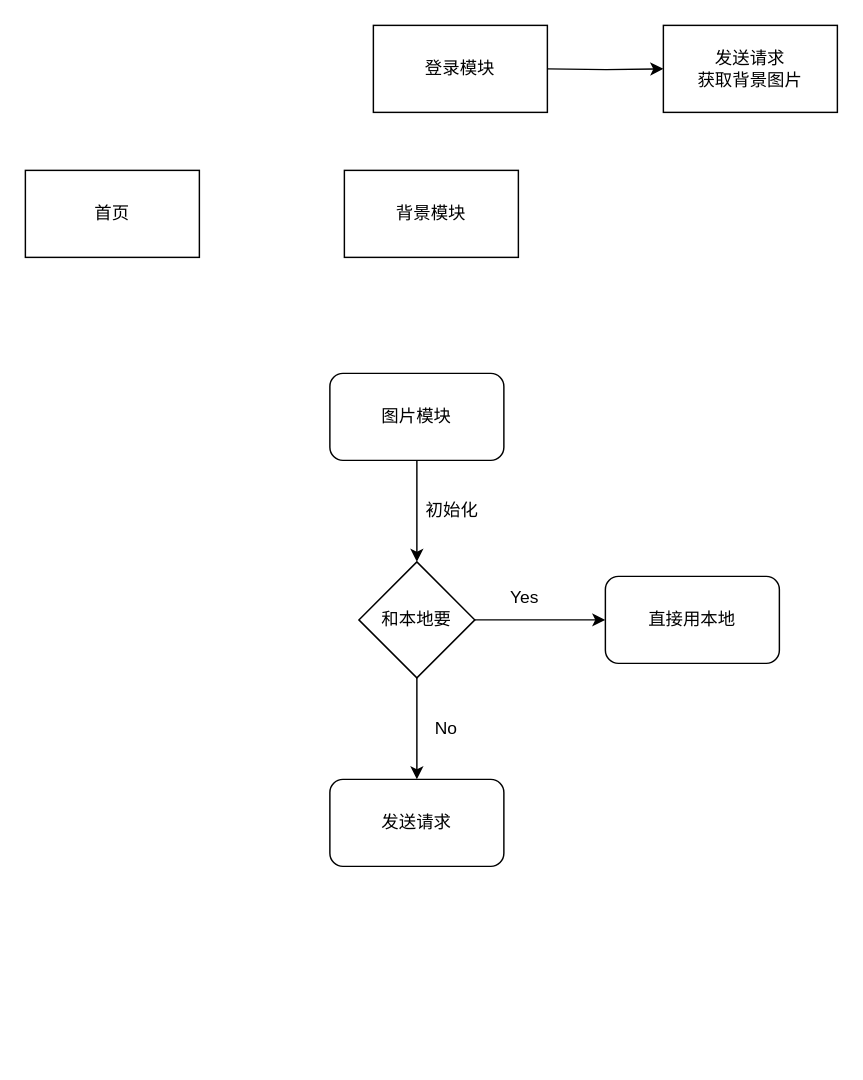
Before: page "前端" (5 of 6) of social life internal system.drawio in Saiable/drawio, a draw.io diagram. Source tidied: cells renumbered, new cells numbered last; positions are measured from the earlier drawing's top-left corner, leaving out a move shared by most shapes. Both pictures are drawn from the tidied source at 145%, with x=0, y=0 at pixel (25, 25).
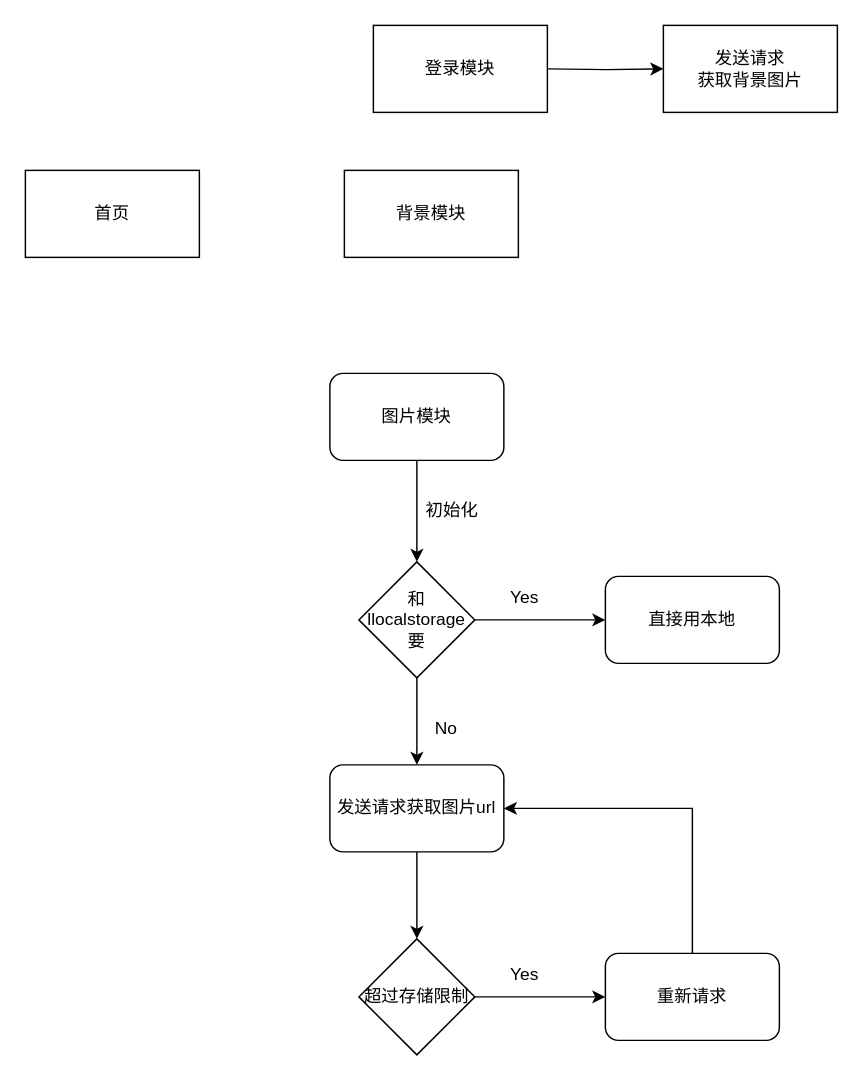
Above is the later version.

Diff of the diagram source:
```diff
@@
+    <mxCell id="17" style="edgeStyle=orthogonalEdgeStyle;rounded=0;jettySize=auto;html=1;" parent="1" edge="1" source="9" target="19">
+      <mxGeometry relative="1" as="geometry" />
+    </mxCell>
-    <mxCell id="9" value="发送请求" style="whiteSpace=wrap;html=1;rounded=1;" parent="1" vertex="1">
-      <mxGeometry x="210" y="520" width="120" height="60" as="geometry" />
+    <mxCell id="9" value="发送请求获取图片url" style="whiteSpace=wrap;html=1;rounded=1;" parent="1" vertex="1">
+      <mxGeometry x="210" y="510" width="120" height="60" as="geometry" />
     </mxCell>
@@
-    <mxCell id="14" value="和本地要" style="rhombus;whiteSpace=wrap;html=1;" parent="1" vertex="1">
+    <mxCell id="14" value="和llocalstorage要" style="rhombus;whiteSpace=wrap;html=1;" parent="1" vertex="1">
       <mxGeometry x="230" y="370" width="80" height="80" as="geometry" />
     </mxCell>
@@
+    <mxCell id="18" style="edgeStyle=orthogonalEdgeStyle;rounded=0;jettySize=auto;html=1;entryX=0;entryY=0.5;entryDx=0;entryDy=0;" parent="1" edge="1" source="19" target="21">
+      <mxGeometry relative="1" as="geometry" />
+    </mxCell>
+    <mxCell id="19" value="超过存储限制" style="rhombus;whiteSpace=wrap;html=1;" parent="1" vertex="1">
+      <mxGeometry x="230" y="630" width="80" height="80" as="geometry" />
+    </mxCell>
+    <mxCell id="20" style="edgeStyle=orthogonalEdgeStyle;rounded=0;jettySize=auto;html=1;entryX=1;entryY=0.5;entryDx=0;entryDy=0;" parent="1" edge="1" source="21" target="9">
+      <mxGeometry relative="1" as="geometry">
+        <Array as="points">
+          <mxPoint x="460" y="540" />
+        </Array>
+      </mxGeometry>
+    </mxCell>
+    <mxCell id="21" value="重新请求" style="whiteSpace=wrap;html=1;rounded=1;" parent="1" vertex="1">
+      <mxGeometry x="400" y="640" width="120" height="60" as="geometry" />
+    </mxCell>
+    <mxCell id="22" value="Yes" style="text;html=1;align=center;verticalAlign=middle;strokeColor=none;fillColor=none;" parent="1" vertex="1">
+      <mxGeometry x="324" y="640" width="40" height="30" as="geometry" />
+    </mxCell>
```
